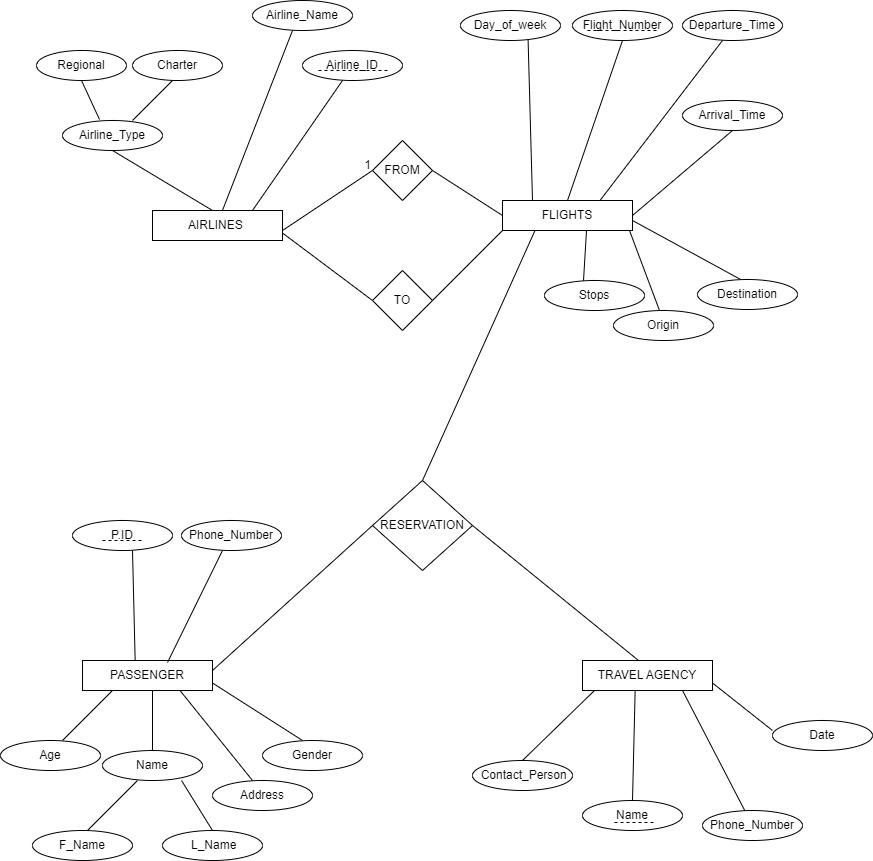
The draw.io diagram Travel and Tour ER Diagram.drawio.png in marfojohn/Group8DB, before a commit. Source tidied: cells renumbered, new cells last; positions are measured from the earlier drawing's top-left corner, leaving out a move shared by most shapes.
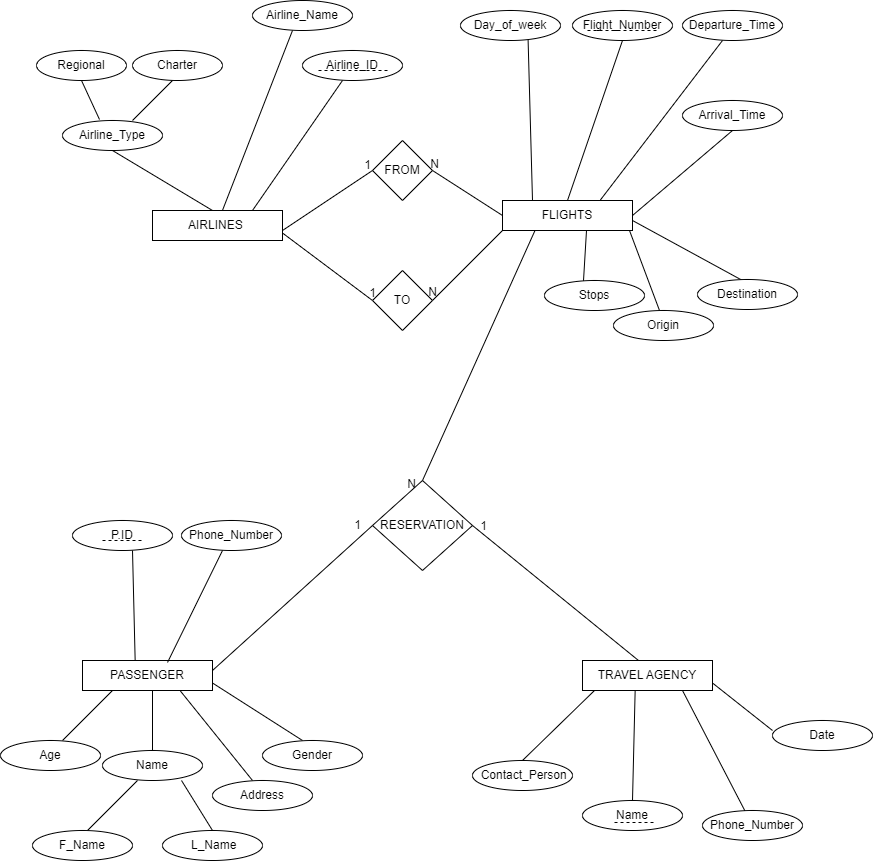
The same diagram one commit later.

Diff of the diagram source:
```diff
@@ -277,5 +277,23 @@
     <mxCell id="68" value="1" style="text;html=1;align=center;verticalAlign=middle;strokeColor=none;fillColor=none;" parent="1" vertex="1">
       <mxGeometry x="352" y="150" width="30" height="30" as="geometry" />
     </mxCell>
+    <mxCell id="69" value="N" style="text;html=1;align=center;verticalAlign=middle;strokeColor=none;fillColor=none;" parent="1" vertex="1">
+      <mxGeometry x="419" y="149" width="30" height="30" as="geometry" />
+    </mxCell>
+    <mxCell id="70" value="1" style="text;html=1;align=center;verticalAlign=middle;strokeColor=none;fillColor=none;" parent="1" vertex="1">
+      <mxGeometry x="357" y="278" width="30" height="30" as="geometry" />
+    </mxCell>
+    <mxCell id="71" value="N" style="text;html=1;align=center;verticalAlign=middle;strokeColor=none;fillColor=none;" parent="1" vertex="1">
+      <mxGeometry x="417" y="277" width="30" height="30" as="geometry" />
+    </mxCell>
+    <mxCell id="72" value="N" style="text;html=1;align=center;verticalAlign=middle;strokeColor=none;fillColor=none;" parent="1" vertex="1">
+      <mxGeometry x="396" y="469" width="30" height="30" as="geometry" />
+    </mxCell>
+    <mxCell id="73" value="1" style="text;html=1;align=center;verticalAlign=middle;strokeColor=none;fillColor=none;" parent="1" vertex="1">
+      <mxGeometry x="342" y="510" width="30" height="30" as="geometry" />
+    </mxCell>
+    <mxCell id="74" value="1" style="text;html=1;align=center;verticalAlign=middle;strokeColor=none;fillColor=none;" parent="1" vertex="1">
+      <mxGeometry x="468" y="511" width="30" height="30" as="geometry" />
+    </mxCell>
   </root>
 </mxGraphModel>
```
